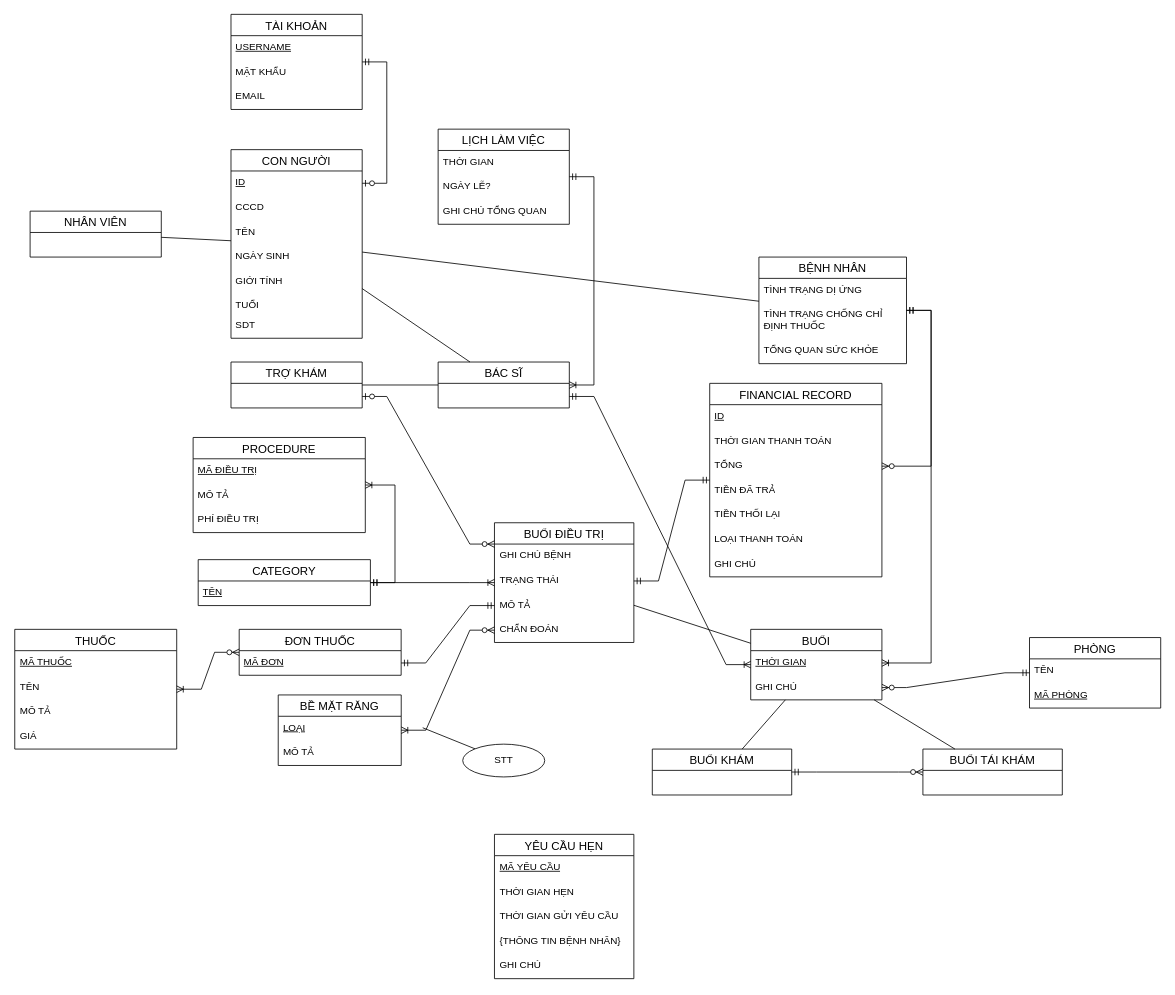
This is diagrams/conceptual-diagram-v3.drawio from nibtr/clinic-db, a draw.io file, before an edit. Source tidied: cells renumbered, new cells numbered last; positions are measured from the earlier drawing's top-left corner, leaving out a move shared by most shapes. Both pictures are drawn from the tidied source at 82%, with x=0, y=0 at pixel (14, 14).
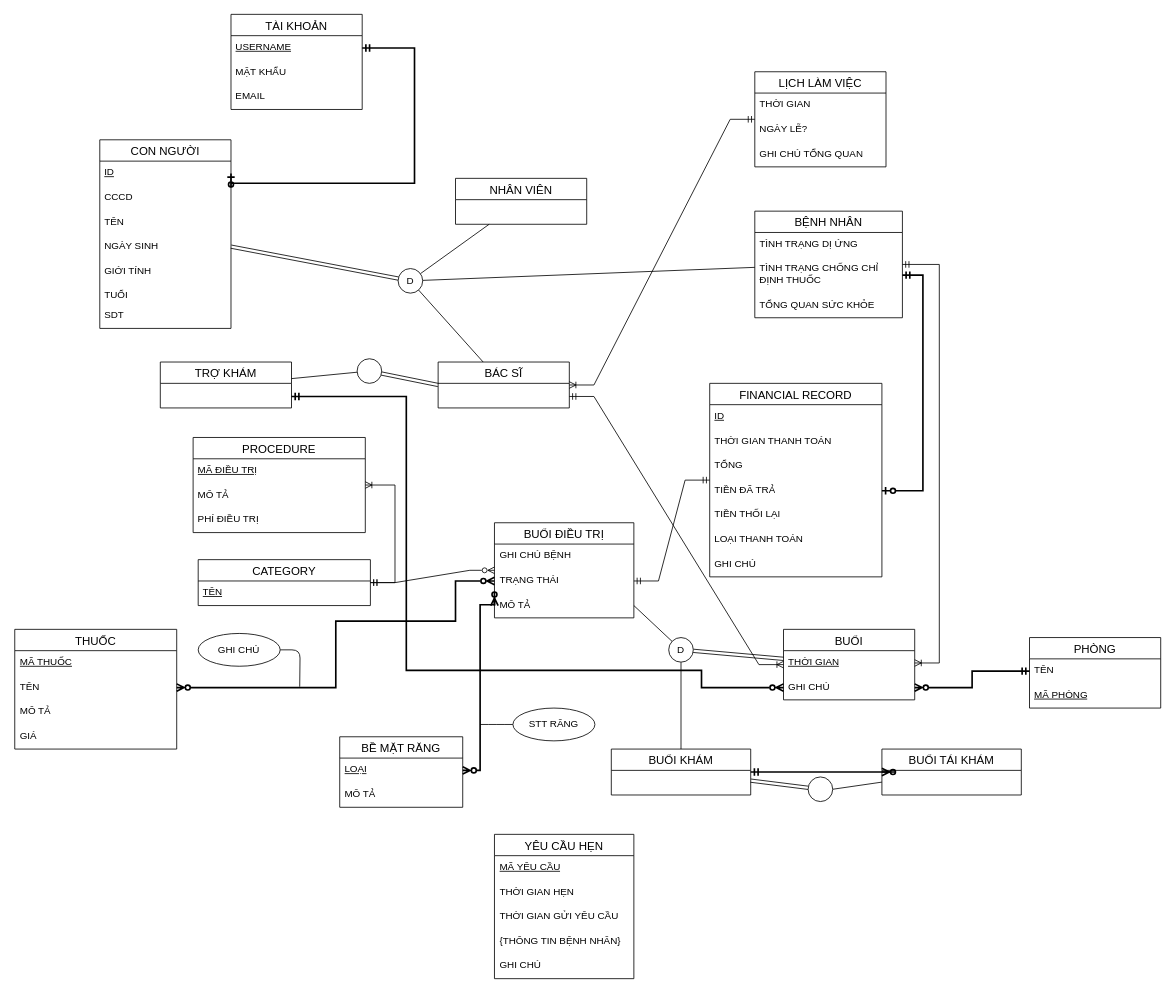
Above is the later version.

Commit message (it also covers changes not shown here):
new logical diagram

logical diagram v1
fixing some minor issue on concept diagram v3

The change refers to these unchanged cells:
```xml
<mxCell id="2" value="BÁC SĨ" style="swimlane;fontStyle=0;horizontal=1;startSize=26;align=center;fontSize=14;" parent="1" vertex="1">
  <mxGeometry x="516.8" y="424" width="160" height="56" as="geometry" />
</mxCell>
<mxCell id="3" value="PHÒNG" style="swimlane;fontStyle=0;horizontal=1;startSize=26;align=center;fontSize=14;" parent="1" vertex="1">
  <mxGeometry x="1238" y="760" width="160" height="86" as="geometry" />
</mxCell>
<mxCell id="4" value="TÊN" style="text;strokeColor=none;fillColor=none;spacingLeft=4;spacingRight=4;overflow=hidden;points=[[0,0.5],[1,0.5]];portConstraint=eastwest;fontSize=12;whiteSpace=wrap;html=1;" parent="3" vertex="1">
  <mxGeometry y="26" width="160" height="30" as="geometry" />
</mxCell>
<mxCell id="8" value="TÌNH TRẠNG CHỐNG CHỈ ĐỊNH THUỐC" style="text;strokeColor=none;fillColor=none;spacingLeft=4;spacingRight=4;overflow=hidden;points=[[0,0.5],[1,0.5]];portConstraint=eastwest;fontSize=12;whiteSpace=wrap;html=1;" parent="6" vertex="1">
  <mxGeometry y="56" width="180" height="44" as="geometry" />
</mxCell>
<mxCell id="13" value="TỔNG&amp;nbsp;" style="text;strokeColor=none;fillColor=none;spacingLeft=4;spacingRight=4;overflow=hidden;points=[[0,0.5],[1,0.5]];portConstraint=eastwest;fontSize=12;whiteSpace=wrap;html=1;" parent="10" vertex="1">
  <mxGeometry y="86" width="210" height="30" as="geometry" />
</mxCell>
<mxCell id="14" value="TIỀN ĐÃ TRẢ" style="text;strokeColor=none;fillColor=none;spacingLeft=4;spacingRight=4;overflow=hidden;points=[[0,0.5],[1,0.5]];portConstraint=eastwest;fontSize=12;whiteSpace=wrap;html=1;" parent="10" vertex="1">
  <mxGeometry y="116" width="210" height="30" as="geometry" />
</mxCell>
<mxCell id="26" value="&lt;u&gt;ID&lt;/u&gt;" style="text;strokeColor=none;fillColor=none;spacingLeft=4;spacingRight=4;overflow=hidden;points=[[0,0.5],[1,0.5]];portConstraint=eastwest;fontSize=12;whiteSpace=wrap;html=1;" parent="25" vertex="1">
  <mxGeometry y="26" width="160" height="30" as="geometry" />
</mxCell>
<mxCell id="41" value="TRẠNG THÁI" style="text;strokeColor=none;fillColor=none;spacingLeft=4;spacingRight=4;overflow=hidden;points=[[0,0.5],[1,0.5]];portConstraint=eastwest;fontSize=12;whiteSpace=wrap;html=1;" parent="39" vertex="1">
  <mxGeometry y="56" width="170" height="30" as="geometry" />
</mxCell>
<mxCell id="42" value="MÔ TẢ" style="text;strokeColor=none;fillColor=none;spacingLeft=4;spacingRight=4;overflow=hidden;points=[[0,0.5],[1,0.5]];portConstraint=eastwest;fontSize=12;whiteSpace=wrap;html=1;" parent="39" vertex="1">
  <mxGeometry y="86" width="170" height="30" as="geometry" />
</mxCell>
<mxCell id="44" value="CATEGORY" style="swimlane;fontStyle=0;horizontal=1;startSize=26;align=center;fontSize=14;" parent="1" vertex="1">
  <mxGeometry x="224.2" y="665" width="210" height="56" as="geometry" />
</mxCell>
<mxCell id="51" value="&lt;u&gt;LOẠI&lt;/u&gt;" style="text;strokeColor=none;fillColor=none;spacingLeft=4;spacingRight=4;overflow=hidden;points=[[0,0.5],[1,0.5]];portConstraint=eastwest;fontSize=12;whiteSpace=wrap;html=1;" parent="50" vertex="1">
  <mxGeometry y="26" width="150" height="30" as="geometry" />
</mxCell>
<mxCell id="57" value="TÀI KHOẢN" style="swimlane;fontStyle=0;horizontal=1;startSize=26;align=center;fontSize=14;" parent="1" vertex="1">
  <mxGeometry x="264.2" width="160" height="116" as="geometry" />
</mxCell>
<mxCell id="58" value="&lt;u&gt;USERNAME&lt;/u&gt;" style="text;strokeColor=none;fillColor=none;spacingLeft=4;spacingRight=4;overflow=hidden;points=[[0,0.5],[1,0.5]];portConstraint=eastwest;fontSize=12;whiteSpace=wrap;html=1;" parent="57" vertex="1">
  <mxGeometry y="26" width="160" height="30" as="geometry" />
</mxCell>
<mxCell id="61" value="THUỐC" style="swimlane;fontStyle=0;horizontal=1;startSize=26;align=center;fontSize=14;" parent="1" vertex="1">
  <mxGeometry x="0.5" y="750" width="197.5" height="146" as="geometry" />
</mxCell>
<mxCell id="63" value="TÊN" style="text;strokeColor=none;fillColor=none;spacingLeft=4;spacingRight=4;overflow=hidden;points=[[0,0.5],[1,0.5]];portConstraint=eastwest;fontSize=12;whiteSpace=wrap;html=1;" parent="61" vertex="1">
  <mxGeometry y="56" width="197.5" height="30" as="geometry" />
</mxCell>
<mxCell id="82" value="GHI CHÚ" style="text;strokeColor=none;fillColor=none;spacingLeft=4;spacingRight=4;overflow=hidden;points=[[0,0.5],[1,0.5]];portConstraint=eastwest;fontSize=12;whiteSpace=wrap;html=1;" parent="80" vertex="1">
  <mxGeometry y="56" width="160" height="30" as="geometry" />
</mxCell>
```

The edit, as a diff of the source:
```diff
@@
     <mxCell id="6" value="BỆNH NHÂN" style="swimlane;fontStyle=0;horizontal=1;startSize=26;align=center;fontSize=14;" parent="1" vertex="1">
-      <mxGeometry x="908" y="296" width="180" height="130" as="geometry" />
+      <mxGeometry x="903" y="240" width="180" height="130" as="geometry" />
     </mxCell>
@@
     <mxCell id="24" value="NHÂN VIÊN" style="swimlane;fontStyle=0;horizontal=1;startSize=26;align=center;fontSize=14;" parent="1" vertex="1">
-      <mxGeometry x="19.2" y="240" width="160" height="56" as="geometry" />
+      <mxGeometry x="538" y="200" width="160" height="56" as="geometry" />
     </mxCell>
     <mxCell id="25" value="CON NGƯỜI" style="swimlane;fontStyle=0;horizontal=1;startSize=26;align=center;fontSize=14;" parent="1" vertex="1">
-      <mxGeometry x="264.2" y="165" width="160" height="230" as="geometry" />
+      <mxGeometry x="104.2" y="153" width="160" height="230" as="geometry" />
     </mxCell>
@@
-    <mxCell id="33" style="endArrow=none;html=1;rounded=0;" parent="1" edge="1" source="25" target="24">
-      <mxGeometry relative="1" as="geometry" />
-    </mxCell>
-    <mxCell id="34" style="endArrow=none;html=1;rounded=0;" parent="1" edge="1" source="25" target="2">
-      <mxGeometry relative="1" as="geometry" />
-    </mxCell>
     <mxCell id="35" value="LỊCH LÀM VIỆC" style="swimlane;fontStyle=0;horizontal=1;startSize=26;align=center;fontSize=14;" parent="1" vertex="1">
-      <mxGeometry x="516.8" y="140" width="160" height="116" as="geometry" />
+      <mxGeometry x="903" y="70" width="160" height="116" as="geometry" />
     </mxCell>
@@
     <mxCell id="39" value="BUỔI ĐIỀU TRỊ" style="swimlane;fontStyle=0;horizontal=1;startSize=26;align=center;fontSize=14;" parent="1" vertex="1">
-      <mxGeometry x="585.5" y="620" width="170" height="146" as="geometry" />
+      <mxGeometry x="585.5" y="620" width="170" height="116" as="geometry" />
     </mxCell>
@@
-    <mxCell id="43" value="CHẨN ĐOÁN" style="text;strokeColor=none;fillColor=none;spacingLeft=4;spacingRight=4;overflow=hidden;points=[[0,0.5],[1,0.5]];portConstraint=eastwest;fontSize=12;whiteSpace=wrap;html=1;" parent="39" vertex="1">
-      <mxGeometry y="116" width="170" height="30" as="geometry" />
-    </mxCell>
@@
     <mxCell id="50" value="BỀ MẶT RĂNG" style="swimlane;fontStyle=0;horizontal=1;startSize=26;align=center;fontSize=14;" parent="1" vertex="1">
-      <mxGeometry x="321.8" y="830" width="150" height="86" as="geometry" />
+      <mxGeometry x="396.8" y="881" width="150" height="86" as="geometry" />
     </mxCell>
@@
     <mxCell id="54" value="TRỢ KHÁM" style="swimlane;fontStyle=0;horizontal=1;startSize=26;align=center;fontSize=14;" parent="1" vertex="1">
-      <mxGeometry x="264.2" y="424" width="160" height="56" as="geometry" />
+      <mxGeometry x="178" y="424" width="160" height="56" as="geometry" />
     </mxCell>
@@
-    <mxCell id="56" style="edgeStyle=entityRelationEdgeStyle;fontSize=12;html=1;endArrow=ERzeroToMany;startArrow=ERzeroToOne;rounded=0;exitX=1;exitY=0.75;exitDx=0;exitDy=0;" parent="1" edge="1" source="54">
-      <mxGeometry relative="1" as="geometry">
-        <mxPoint x="585.5" y="646" as="targetPoint" />
-      </mxGeometry>
-    </mxCell>
@@
-    <mxCell id="66" value="ĐƠN THUỐC" style="swimlane;fontStyle=0;horizontal=1;startSize=26;align=center;fontSize=14;" parent="1" vertex="1">
-      <mxGeometry x="274.2" y="750" width="197.5" height="56" as="geometry" />
-    </mxCell>
-    <mxCell id="67" value="MÃ ĐƠN" style="text;strokeColor=none;fillColor=none;spacingLeft=4;spacingRight=4;overflow=hidden;points=[[0,0.5],[1,0.5]];portConstraint=eastwest;fontSize=12;whiteSpace=wrap;html=1;fontStyle=4;" parent="66" vertex="1">
-      <mxGeometry y="26" width="197.5" height="30" as="geometry" />
-    </mxCell>
@@
     <mxCell id="70" value="BUỔI TÁI KHÁM" style="swimlane;fontStyle=0;horizontal=1;startSize=26;align=center;fontSize=14;" parent="1" vertex="1">
-      <mxGeometry x="1108" y="896" width="170" height="56" as="geometry" />
+      <mxGeometry x="1058" y="896" width="170" height="56" as="geometry" />
     </mxCell>
-    <mxCell id="71" style="edgeStyle=entityRelationEdgeStyle;fontSize=12;html=1;endArrow=ERzeroToOne;startArrow=ERmandOne;rounded=0;" parent="1" edge="1" source="57" target="26">
-      <mxGeometry relative="1" as="geometry" />
-    </mxCell>
-    <mxCell id="72" style="edgeStyle=entityRelationEdgeStyle;fontSize=12;html=1;endArrow=ERoneToMany;startArrow=ERmandOne;rounded=0;" parent="1" edge="1" source="44" target="39">
+    <mxCell id="72" style="edgeStyle=entityRelationEdgeStyle;fontSize=12;html=1;endArrow=ERzeroToMany;startArrow=ERmandOne;rounded=0;endFill=0;" parent="1" edge="1" source="44" target="39">
       <mxGeometry relative="1" as="geometry" />
     </mxCell>
-    <mxCell id="73" style="edgeStyle=entityRelationEdgeStyle;fontSize=12;html=1;endArrow=ERmandOne;startArrow=ERmandOne;rounded=0;" parent="1" edge="1" source="42" target="67">
-      <mxGeometry relative="1" as="geometry" />
-    </mxCell>
-    <mxCell id="74" style="edgeStyle=entityRelationEdgeStyle;fontSize=12;html=1;endArrow=ERoneToMany;startArrow=ERzeroToMany;rounded=0;" parent="1" edge="1" source="66" target="61">
-      <mxGeometry relative="1" as="geometry" />
-    </mxCell>
-    <mxCell id="75" style="edgeStyle=entityRelationEdgeStyle;fontSize=12;html=1;endArrow=ERoneToMany;startArrow=ERzeroToMany;rounded=0;" parent="1" edge="1" source="43" target="50">
-      <mxGeometry relative="1" as="geometry">
-        <Array as="points">
-          <mxPoint x="968" y="620" />
-        </Array>
-      </mxGeometry>
-    </mxCell>
+    <mxCell id="91" style="edgeStyle=orthogonalEdgeStyle;html=1;startArrow=none;startFill=0;endArrow=none;endFill=0;" parent="1" edge="1" source="76">
+      <mxGeometry relative="1" as="geometry">
+        <mxPoint x="568" y="866" as="targetPoint" />
+      </mxGeometry>
+    </mxCell>
-    <mxCell id="76" value="STT" style="ellipse;whiteSpace=wrap;html=1;align=center;" parent="1" vertex="1">
-      <mxGeometry x="546.8" y="890" width="100" height="40" as="geometry" />
+    <mxCell id="76" value="STT RĂNG" style="ellipse;whiteSpace=wrap;html=1;align=center;" parent="1" vertex="1">
+      <mxGeometry x="608" y="846" width="100" height="40" as="geometry" />
     </mxCell>
-    <mxCell id="77" style="endArrow=none;html=1;rounded=0;" parent="1" edge="1" target="76">
-      <mxGeometry relative="1" as="geometry">
-        <mxPoint x="498" y="870" as="sourcePoint" />
-      </mxGeometry>
-    </mxCell>
-    <mxCell id="78" style="endArrow=none;html=1;rounded=0;" parent="1" edge="1" source="25" target="6">
-      <mxGeometry relative="1" as="geometry" />
-    </mxCell>
     <mxCell id="79" value="BUỔI KHÁM" style="swimlane;fontStyle=0;horizontal=1;startSize=26;align=center;fontSize=14;" parent="1" vertex="1">
-      <mxGeometry x="778" y="896" width="170" height="56" as="geometry" />
+      <mxGeometry x="728" y="896" width="170" height="56" as="geometry" />
     </mxCell>
     <mxCell id="80" value="BUỔI" style="swimlane;fontStyle=0;horizontal=1;startSize=26;align=center;fontSize=14;" parent="1" vertex="1">
-      <mxGeometry x="898" y="750" width="160" height="86" as="geometry" />
+      <mxGeometry x="938" y="750" width="160" height="86" as="geometry" />
     </mxCell>
@@
-    <mxCell id="83" style="endArrow=none;html=1;rounded=0;" parent="1" edge="1" source="39" target="80">
-      <mxGeometry relative="1" as="geometry" />
-    </mxCell>
-    <mxCell id="84" style="endArrow=none;html=1;rounded=0;" parent="1" edge="1" source="54" target="2">
-      <mxGeometry relative="1" as="geometry" />
-    </mxCell>
-    <mxCell id="85" style="endArrow=none;html=1;rounded=0;" parent="1" edge="1" source="79" target="80">
-      <mxGeometry relative="1" as="geometry" />
-    </mxCell>
-    <mxCell id="86" style="endArrow=none;html=1;rounded=0;" parent="1" edge="1" source="70" target="80">
-      <mxGeometry relative="1" as="geometry" />
-    </mxCell>
@@
+    <mxCell id="92" style="edgeStyle=orthogonalEdgeStyle;html=1;startArrow=none;startFill=0;endArrow=none;endFill=0;" parent="1" edge="1" source="93">
+      <mxGeometry relative="1" as="geometry">
+        <mxPoint x="348" y="820" as="targetPoint" />
+      </mxGeometry>
+    </mxCell>
+    <mxCell id="93" value="GHI CHÚ" style="ellipse;whiteSpace=wrap;html=1;align=center;" parent="1" vertex="1">
+      <mxGeometry x="224.2" y="755" width="100" height="40" as="geometry" />
+    </mxCell>
+    <mxCell id="94" style="edgeStyle=orthogonalEdgeStyle;fontSize=12;html=1;endArrow=ERzeroToOne;startArrow=ERmandOne;rounded=0;exitX=1;exitY=0.5;exitDx=0;exitDy=0;entryX=1;entryY=0.5;entryDx=0;entryDy=0;endFill=0;strokeWidth=2;" parent="1" edge="1" source="58" target="26">
+      <mxGeometry relative="1" as="geometry">
+        <Array as="points">
+          <mxPoint x="488" y="41" />
+          <mxPoint x="488" y="206" />
+        </Array>
+      </mxGeometry>
+    </mxCell>
+    <mxCell id="95" style="edgeStyle=orthogonalEdgeStyle;fontSize=12;html=1;endArrow=ERzeroToOne;startArrow=ERmandOne;rounded=0;exitX=1;exitY=0.5;exitDx=0;exitDy=0;entryX=1;entryY=0.5;entryDx=0;entryDy=0;endFill=0;strokeWidth=2;" parent="1" edge="1" source="8" target="14">
+      <mxGeometry relative="1" as="geometry">
+        <Array as="points">
+          <mxPoint x="1108" y="318" />
+          <mxPoint x="1108" y="581" />
+        </Array>
+      </mxGeometry>
+    </mxCell>
+    <mxCell id="96" style="edgeStyle=orthogonalEdgeStyle;fontSize=12;html=1;endArrow=ERzeroToMany;startArrow=ERmandOne;rounded=0;exitX=0;exitY=0.5;exitDx=0;exitDy=0;entryX=1;entryY=0.5;entryDx=0;entryDy=0;endFill=0;strokeWidth=2;" parent="1" edge="1" source="4" target="82">
+      <mxGeometry relative="1" as="geometry">
+        <Array as="points">
+          <mxPoint x="1168" y="801" />
+          <mxPoint x="1168" y="821" />
+        </Array>
+      </mxGeometry>
+    </mxCell>
-    <mxCell id="88" style="edgeStyle=entityRelationEdgeStyle;fontSize=12;html=1;endArrow=ERzeroToMany;startArrow=ERmandOne;rounded=0;" parent="1" edge="1" source="79" target="70">
-      <mxGeometry relative="1" as="geometry" />
+    <mxCell id="88" style="edgeStyle=orthogonalEdgeStyle;fontSize=12;html=1;endArrow=ERzeroToMany;startArrow=ERmandOne;rounded=0;exitX=1;exitY=0.5;exitDx=0;exitDy=0;entryX=0;entryY=0.5;entryDx=0;entryDy=0;endFill=0;strokeWidth=2;" parent="1" edge="1" source="79" target="70">
+      <mxGeometry relative="1" as="geometry">
+        <Array as="points">
+          <mxPoint x="1068" y="924" />
+          <mxPoint x="1068" y="924" />
+        </Array>
+      </mxGeometry>
     </mxCell>
-    <mxCell id="89" style="edgeStyle=entityRelationEdgeStyle;fontSize=12;html=1;endArrow=ERzeroToMany;startArrow=ERmandOne;rounded=0;" parent="1" edge="1" source="3" target="82">
-      <mxGeometry relative="1" as="geometry" />
-    </mxCell>
-    <mxCell id="90" style="edgeStyle=entityRelationEdgeStyle;fontSize=12;html=1;endArrow=ERzeroToMany;startArrow=ERmandOne;rounded=0;" parent="1" edge="1" source="6" target="13">
-      <mxGeometry relative="1" as="geometry" />
-    </mxCell>
+    <mxCell id="97" style="fontSize=12;html=1;endArrow=ERzeroToMany;startArrow=ERzeroToMany;rounded=0;exitX=0;exitY=0.5;exitDx=0;exitDy=0;entryX=1;entryY=0.5;entryDx=0;entryDy=0;endFill=0;strokeWidth=2;startFill=0;edgeStyle=orthogonalEdgeStyle;" parent="1" edge="1" source="41" target="63">
+      <mxGeometry relative="1" as="geometry">
+        <Array as="points">
+          <mxPoint x="538" y="691" />
+          <mxPoint x="538" y="740" />
+          <mxPoint x="392" y="740" />
+          <mxPoint x="392" y="821" />
+        </Array>
+      </mxGeometry>
+    </mxCell>
+    <mxCell id="98" style="edgeStyle=orthogonalEdgeStyle;fontSize=12;html=1;endArrow=ERzeroToMany;startArrow=ERzeroToMany;rounded=0;entryX=1;entryY=0.5;entryDx=0;entryDy=0;endFill=0;strokeWidth=2;startFill=0;exitX=0;exitY=0.5;exitDx=0;exitDy=0;" parent="1" edge="1" source="42" target="51">
+      <mxGeometry relative="1" as="geometry">
+        <Array as="points">
+          <mxPoint x="586" y="720" />
+          <mxPoint x="568" y="720" />
+          <mxPoint x="568" y="922" />
+        </Array>
+      </mxGeometry>
+    </mxCell>
+    <mxCell id="99" style="edgeStyle=orthogonalEdgeStyle;fontSize=12;html=1;endArrow=ERzeroToMany;startArrow=ERmandOne;rounded=0;exitX=1;exitY=0.75;exitDx=0;exitDy=0;entryX=0;entryY=0.5;entryDx=0;entryDy=0;endFill=0;strokeWidth=2;" parent="1" edge="1" source="54" target="82">
+      <mxGeometry relative="1" as="geometry">
+        <Array as="points">
+          <mxPoint x="478" y="466" />
+          <mxPoint x="478" y="800" />
+          <mxPoint x="838" y="800" />
+          <mxPoint x="838" y="821" />
+        </Array>
+      </mxGeometry>
+    </mxCell>
+    <mxCell id="100" style="edgeStyle=none;html=1;entryX=0.5;entryY=0;entryDx=0;entryDy=0;startArrow=none;startFill=0;endArrow=none;endFill=0;startSize=13;endSize=12;" parent="1" edge="1" source="103" target="79">
+      <mxGeometry relative="1" as="geometry" />
+    </mxCell>
+    <mxCell id="101" style="edgeStyle=none;html=1;entryX=1;entryY=0.5;entryDx=0;entryDy=0;startArrow=none;startFill=0;endArrow=none;endFill=0;startSize=13;endSize=12;" parent="1" edge="1" source="103" target="42">
+      <mxGeometry relative="1" as="geometry" />
+    </mxCell>
+    <mxCell id="102" style="edgeStyle=none;html=1;startArrow=none;startFill=0;endArrow=none;endFill=0;shape=link;" parent="1" edge="1" source="103" target="80">
+      <mxGeometry relative="1" as="geometry" />
+    </mxCell>
+    <mxCell id="103" value="D" style="ellipse;whiteSpace=wrap;html=1;" parent="1" vertex="1">
+      <mxGeometry x="798" y="760" width="30" height="30" as="geometry" />
+    </mxCell>
+    <mxCell id="104" style="edgeStyle=none;shape=link;html=1;startArrow=none;startFill=0;endArrow=none;endFill=0;" parent="1" edge="1" source="106" target="79">
+      <mxGeometry relative="1" as="geometry" />
+    </mxCell>
+    <mxCell id="105" style="edgeStyle=none;html=1;exitX=1;exitY=0.5;exitDx=0;exitDy=0;startArrow=none;startFill=0;endArrow=none;endFill=0;" parent="1" edge="1" source="106" target="70">
+      <mxGeometry relative="1" as="geometry" />
+    </mxCell>
+    <mxCell id="106" style="ellipse;whiteSpace=wrap;html=1;" parent="1" vertex="1">
+      <mxGeometry x="968" y="930" width="30" height="30" as="geometry" />
+    </mxCell>
+    <mxCell id="107" style="edgeStyle=none;html=1;startArrow=none;startFill=0;endArrow=none;endFill=0;shape=link;" parent="1" edge="1" source="111" target="25">
+      <mxGeometry relative="1" as="geometry" />
+    </mxCell>
+    <mxCell id="108" style="edgeStyle=none;html=1;startArrow=none;startFill=0;endArrow=none;endFill=0;" parent="1" edge="1" source="111" target="24">
+      <mxGeometry relative="1" as="geometry" />
+    </mxCell>
+    <mxCell id="109" style="edgeStyle=none;html=1;startArrow=none;startFill=0;endArrow=none;endFill=0;" parent="1" edge="1" source="111" target="2">
+      <mxGeometry relative="1" as="geometry" />
+    </mxCell>
+    <mxCell id="110" style="edgeStyle=none;html=1;startArrow=none;startFill=0;endArrow=none;endFill=0;" parent="1" edge="1" source="111" target="6">
+      <mxGeometry relative="1" as="geometry" />
+    </mxCell>
+    <mxCell id="111" value="D" style="ellipse;whiteSpace=wrap;html=1;" parent="1" vertex="1">
+      <mxGeometry x="468" y="310" width="30" height="30" as="geometry" />
+    </mxCell>
+    <mxCell id="112" style="edgeStyle=none;html=1;entryX=0;entryY=0.5;entryDx=0;entryDy=0;startArrow=none;startFill=0;endArrow=none;endFill=0;shape=link;" parent="1" edge="1" source="114" target="2">
+      <mxGeometry relative="1" as="geometry" />
+    </mxCell>
+    <mxCell id="113" style="edgeStyle=none;html=1;startArrow=none;startFill=0;endArrow=none;endFill=0;" parent="1" edge="1" source="114" target="54">
+      <mxGeometry relative="1" as="geometry" />
+    </mxCell>
+    <mxCell id="114" style="ellipse;whiteSpace=wrap;html=1;" parent="1" vertex="1">
+      <mxGeometry x="418" y="420" width="30" height="30" as="geometry" />
+    </mxCell>
```
